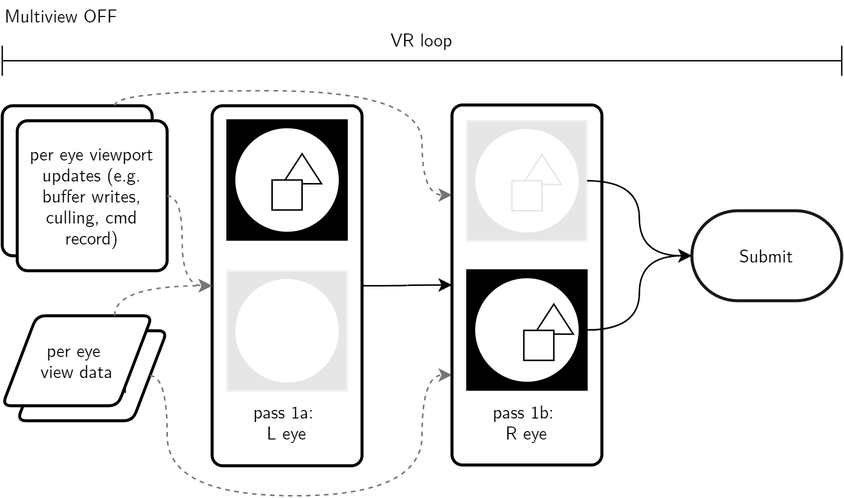
Before: Thesis/pictures/MView_Off.png, a diagram exported from draw.io (HavocInferno/VulCulling_Doc). Source tidied: cells renumbered, new cells last; positions are measured from the earlier drawing's top-left corner, leaving out a move shared by most shapes. The source it was exported from:
```xml
<mxGraphModel>
  <root>
    <mxCell id="0" />
    <mxCell id="1" parent="0" />
    <mxCell id="2" style="group;" parent="1" vertex="1">
      <mxGeometry width="560" height="330" as="geometry" />
    </mxCell>
    <mxCell id="3" value="&lt;font face=&quot;Computer Modern&quot;&gt;per eye viewport updates (e.g. buffer writes, culling, cmd record)&lt;/font&gt;" style="rounded=1;whiteSpace=wrap;html=1;absoluteArcSize=1;arcSize=14;strokeWidth=2;" parent="2" vertex="1">
      <mxGeometry y="70" width="100" height="100" as="geometry" />
    </mxCell>
    <mxCell id="4" value="&lt;span style=&quot;font-family: &amp;#34;computer modern&amp;#34;&quot;&gt;per eye &lt;br&gt;view data&lt;/span&gt;" style="shape=parallelogram;html=1;strokeWidth=2;perimeter=parallelogramPerimeter;whiteSpace=wrap;rounded=1;arcSize=12;size=0.23;align=center;" parent="2" vertex="1">
      <mxGeometry x="10" y="220" width="100" height="60" as="geometry" />
    </mxCell>
    <mxCell id="5" value="&lt;font face=&quot;Computer Modern&quot;&gt;per eye viewport updates (e.g. buffer writes, culling, cmd record)&lt;/font&gt;" style="rounded=1;whiteSpace=wrap;html=1;absoluteArcSize=1;arcSize=14;strokeWidth=2;" parent="2" vertex="1">
      <mxGeometry x="10" y="80" width="100" height="100" as="geometry" />
    </mxCell>
    <mxCell id="6" style="edgeStyle=orthogonalEdgeStyle;curved=1;rounded=0;jettySize=auto;html=1;entryX=0;entryY=0.25;entryDx=0;entryDy=0;strokeColor=#757575;exitX=0.75;exitY=0;exitDx=0;exitDy=0;dashed=1;" parent="2" edge="1" source="3" target="18">
      <mxGeometry relative="1" as="geometry">
        <Array as="points">
          <mxPoint x="75" y="60" />
          <mxPoint x="280" y="60" />
          <mxPoint x="280" y="130" />
        </Array>
      </mxGeometry>
    </mxCell>
    <mxCell id="7" style="edgeStyle=orthogonalEdgeStyle;curved=1;rounded=0;jettySize=auto;html=1;exitX=1;exitY=0.5;exitDx=0;exitDy=0;entryX=0;entryY=0.75;entryDx=0;entryDy=0;strokeColor=#757575;dashed=1;" parent="2" edge="1" source="4" target="18">
      <mxGeometry relative="1" as="geometry">
        <Array as="points">
          <mxPoint x="110" y="250" />
          <mxPoint x="110" y="330" />
          <mxPoint x="280" y="330" />
          <mxPoint x="280" y="250" />
        </Array>
      </mxGeometry>
    </mxCell>
    <mxCell id="8" value="&lt;span style=&quot;font-family: &amp;#34;computer modern&amp;#34;&quot;&gt;per eye &lt;br&gt;view data&lt;/span&gt;" style="shape=parallelogram;html=1;strokeWidth=2;perimeter=parallelogramPerimeter;whiteSpace=wrap;rounded=1;arcSize=12;size=0.23;align=center;" parent="2" vertex="1">
      <mxGeometry y="210" width="100" height="60" as="geometry" />
    </mxCell>
    <mxCell id="9" value="&lt;span&gt;Multiview OFF&lt;/span&gt;" style="text;html=1;strokeColor=none;fillColor=none;align=left;verticalAlign=middle;whiteSpace=wrap;rounded=0;opacity=90;fontFamily=Computer Modern;FType=w;fontStyle=0;" parent="2" vertex="1">
      <mxGeometry width="200" height="20" as="geometry" />
    </mxCell>
    <mxCell id="10" value="&lt;font face=&quot;Computer Modern&quot;&gt;&lt;br&gt;&lt;br&gt;&lt;br&gt;&lt;br&gt;&lt;br&gt;&lt;br&gt;&lt;br&gt;&lt;br&gt;&lt;br&gt;&lt;br&gt;&lt;br&gt;&lt;br&gt;&lt;br&gt;pass 1a:&amp;nbsp;&lt;br&gt;L eye&lt;/font&gt;" style="rounded=1;whiteSpace=wrap;html=1;absoluteArcSize=1;arcSize=14;strokeWidth=2;" parent="2" vertex="1">
      <mxGeometry x="140" y="70" width="100" height="240" as="geometry" />
    </mxCell>
    <mxCell id="11" style="edgeStyle=orthogonalEdgeStyle;curved=1;rounded=0;jettySize=auto;html=1;exitX=1;exitY=0.5;exitDx=0;exitDy=0;strokeColor=#757575;dashed=1;" parent="2" edge="1" source="5" target="10">
      <mxGeometry relative="1" as="geometry">
        <Array as="points">
          <mxPoint x="120" y="130" />
          <mxPoint x="120" y="190" />
        </Array>
      </mxGeometry>
    </mxCell>
    <mxCell id="12" style="edgeStyle=orthogonalEdgeStyle;curved=1;rounded=0;jettySize=auto;html=1;exitX=0.75;exitY=0;exitDx=0;exitDy=0;strokeColor=#757575;dashed=1;" parent="2" edge="1" source="8" target="10">
      <mxGeometry relative="1" as="geometry">
        <Array as="points">
          <mxPoint x="75" y="190" />
        </Array>
      </mxGeometry>
    </mxCell>
    <mxCell id="13" style="group;" parent="2" vertex="1">
      <mxGeometry x="150" y="79.5" width="80" height="80" as="geometry" />
    </mxCell>
    <mxCell id="14" style="whiteSpace=wrap;html=1;fillColor=#000000;" parent="13" vertex="1">
      <mxGeometry width="80" height="80" as="geometry" />
    </mxCell>
    <mxCell id="15" style="ellipse;whiteSpace=wrap;html=1;fillColor=#FFFFFF;" parent="13" vertex="1">
      <mxGeometry x="5" y="5" width="70" height="70" as="geometry" />
    </mxCell>
    <mxCell id="16" style="triangle;whiteSpace=wrap;html=1;fillColor=#FFFFFF;rotation=-90;" parent="13" vertex="1">
      <mxGeometry x="40" y="19.5" width="20" height="26" as="geometry" />
    </mxCell>
    <mxCell id="17" style="whiteSpace=wrap;html=1;fillColor=#FFFFFF;" parent="13" vertex="1">
      <mxGeometry x="30" y="40" width="20" height="20" as="geometry" />
    </mxCell>
    <mxCell id="18" value="&lt;font face=&quot;Computer Modern&quot;&gt;&lt;br&gt;&lt;br&gt;&lt;br&gt;&lt;br&gt;&lt;br&gt;&lt;br&gt;&lt;br&gt;&lt;br&gt;&lt;br&gt;&lt;br&gt;&lt;br&gt;&lt;br&gt;&lt;br&gt;pass 1b:&amp;nbsp;&lt;br&gt;R eye&lt;/font&gt;" style="rounded=1;whiteSpace=wrap;html=1;absoluteArcSize=1;arcSize=14;strokeWidth=2;" parent="2" vertex="1">
      <mxGeometry x="300" y="69.5" width="100" height="240" as="geometry" />
    </mxCell>
    <mxCell id="19" style="group;" parent="2" vertex="1">
      <mxGeometry x="310" y="179.5" width="80" height="80" as="geometry" />
    </mxCell>
    <mxCell id="20" style="whiteSpace=wrap;html=1;fillColor=#000000;" parent="19" vertex="1">
      <mxGeometry width="80" height="80" as="geometry" />
    </mxCell>
    <mxCell id="21" style="ellipse;whiteSpace=wrap;html=1;fillColor=#FFFFFF;" parent="19" vertex="1">
      <mxGeometry x="5" y="5" width="70" height="70" as="geometry" />
    </mxCell>
    <mxCell id="22" style="triangle;whiteSpace=wrap;html=1;fillColor=#FFFFFF;rotation=-90;" parent="19" vertex="1">
      <mxGeometry x="47.9" y="19.8" width="20" height="26" as="geometry" />
    </mxCell>
    <mxCell id="23" style="whiteSpace=wrap;html=1;fillColor=#FFFFFF;" parent="19" vertex="1">
      <mxGeometry x="37.9" y="40.2" width="20" height="20" as="geometry" />
    </mxCell>
    <mxCell id="24" style="edgeStyle=orthogonalEdgeStyle;curved=1;rounded=0;jettySize=auto;html=1;exitX=1;exitY=0.5;exitDx=0;exitDy=0;entryX=0;entryY=0.5;entryDx=0;entryDy=0;" parent="2" edge="1" source="10" target="18">
      <mxGeometry relative="1" as="geometry" />
    </mxCell>
    <mxCell id="25" style="group;" parent="2" vertex="1">
      <mxGeometry x="310" y="80" width="80" height="80" as="geometry" />
    </mxCell>
    <mxCell id="26" style="whiteSpace=wrap;html=1;fillColor=#000000;" parent="25" vertex="1">
      <mxGeometry width="80" height="80" as="geometry" />
    </mxCell>
    <mxCell id="27" style="ellipse;whiteSpace=wrap;html=1;fillColor=#FFFFFF;" parent="25" vertex="1">
      <mxGeometry x="5" y="5" width="70" height="70" as="geometry" />
    </mxCell>
    <mxCell id="28" style="triangle;whiteSpace=wrap;html=1;fillColor=#FFFFFF;rotation=-90;" parent="25" vertex="1">
      <mxGeometry x="40" y="19.5" width="20" height="26" as="geometry" />
    </mxCell>
    <mxCell id="29" style="whiteSpace=wrap;html=1;fillColor=#FFFFFF;" parent="25" vertex="1">
      <mxGeometry x="30" y="40" width="20" height="20" as="geometry" />
    </mxCell>
    <mxCell id="30" style="whiteSpace=wrap;html=1;fillColor=#FFFFFF;opacity=90;strokeColor=#FFFFFF;" parent="25" vertex="1">
      <mxGeometry width="80" height="80" as="geometry" />
    </mxCell>
    <mxCell id="31" value="&lt;font face=&quot;Computer Modern&quot;&gt;Submit&lt;/font&gt;" style="strokeWidth=2;html=1;shape=mxgraph.flowchart.terminator;whiteSpace=wrap;fillColor=#FFFFFF;opacity=90;" parent="2" vertex="1">
      <mxGeometry x="460" y="140" width="100" height="60" as="geometry" />
    </mxCell>
    <mxCell id="32" style="edgeStyle=orthogonalEdgeStyle;curved=1;rounded=0;jettySize=auto;html=1;exitX=1;exitY=0.5;exitDx=0;exitDy=0;entryX=0;entryY=0.5;entryDx=0;entryDy=0;entryPerimeter=0;" parent="2" edge="1" source="20" target="31">
      <mxGeometry relative="1" as="geometry" />
    </mxCell>
    <mxCell id="33" value="&lt;font face=&quot;Computer Modern&quot;&gt;VR loop&lt;br&gt;&lt;br&gt;&lt;br&gt;&lt;/font&gt;" style="shape=crossbar;whiteSpace=wrap;html=1;rounded=1;strokeColor=#000000;fillColor=#000000;opacity=90;" parent="2" vertex="1">
      <mxGeometry y="30" width="560" height="20" as="geometry" />
    </mxCell>
    <mxCell id="34" style="edgeStyle=orthogonalEdgeStyle;curved=1;rounded=0;jettySize=auto;html=1;exitX=1;exitY=0.5;exitDx=0;exitDy=0;entryX=0;entryY=0.5;entryDx=0;entryDy=0;entryPerimeter=0;sourcePerimeterSpacing=7;strokeColor=#000000;strokeWidth=1;" parent="2" edge="1" source="30" target="31">
      <mxGeometry relative="1" as="geometry" />
    </mxCell>
    <mxCell id="35" style="whiteSpace=wrap;html=1;fillColor=#000000;" parent="2" vertex="1">
      <mxGeometry x="150" y="180" width="80" height="80" as="geometry" />
    </mxCell>
    <mxCell id="36" style="ellipse;whiteSpace=wrap;html=1;fillColor=#FFFFFF;" parent="2" vertex="1">
      <mxGeometry x="155" y="185" width="70" height="70" as="geometry" />
    </mxCell>
    <mxCell id="37" style="whiteSpace=wrap;html=1;fillColor=#FFFFFF;opacity=90;strokeColor=#FFFFFF;" parent="2" vertex="1">
      <mxGeometry x="150" y="180" width="80" height="80" as="geometry" />
    </mxCell>
  </root>
</mxGraphModel>
```
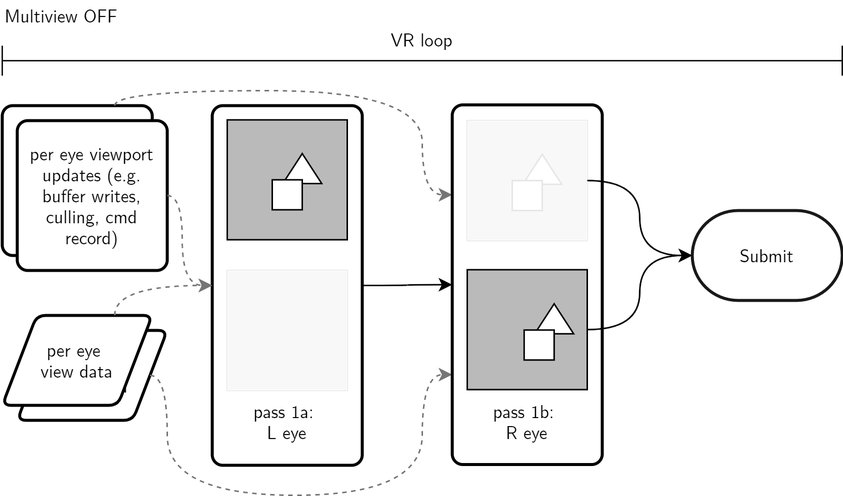
Above is the later version.

Commit message:
update/fix MFFR/MView flowcharts

Change to the diagram source:
```diff
@@ -14,7 +14,7 @@
     <mxCell id="5" value="&lt;font face=&quot;Computer Modern&quot;&gt;per eye viewport updates (e.g. buffer writes, culling, cmd record)&lt;/font&gt;" style="rounded=1;whiteSpace=wrap;html=1;absoluteArcSize=1;arcSize=14;strokeWidth=2;" parent="2" vertex="1">
       <mxGeometry x="10" y="80" width="100" height="100" as="geometry" />
     </mxCell>
-    <mxCell id="6" style="edgeStyle=orthogonalEdgeStyle;curved=1;rounded=0;jettySize=auto;html=1;entryX=0;entryY=0.25;entryDx=0;entryDy=0;strokeColor=#757575;exitX=0.75;exitY=0;exitDx=0;exitDy=0;dashed=1;" parent="2" edge="1" source="3" target="18">
+    <mxCell id="6" style="edgeStyle=orthogonalEdgeStyle;curved=1;rounded=0;jettySize=auto;html=1;entryX=0;entryY=0.25;entryDx=0;entryDy=0;strokeColor=#757575;exitX=0.75;exitY=0;exitDx=0;exitDy=0;dashed=1;" parent="2" edge="1" source="3" target="17">
       <mxGeometry relative="1" as="geometry">
         <Array as="points">
           <mxPoint x="75" y="60" />
@@ -23,7 +23,7 @@
         </Array>
       </mxGeometry>
     </mxCell>
-    <mxCell id="7" style="edgeStyle=orthogonalEdgeStyle;curved=1;rounded=0;jettySize=auto;html=1;exitX=1;exitY=0.5;exitDx=0;exitDy=0;entryX=0;entryY=0.75;entryDx=0;entryDy=0;strokeColor=#757575;dashed=1;" parent="2" edge="1" source="4" target="18">
+    <mxCell id="7" style="edgeStyle=orthogonalEdgeStyle;curved=1;rounded=0;jettySize=auto;html=1;exitX=1;exitY=0.5;exitDx=0;exitDy=0;entryX=0;entryY=0.75;entryDx=0;entryDy=0;strokeColor=#757575;dashed=1;" parent="2" edge="1" source="4" target="17">
       <mxGeometry relative="1" as="geometry">
         <Array as="points">
           <mxPoint x="110" y="250" />
@@ -60,77 +60,70 @@
     <mxCell id="13" style="group;" parent="2" vertex="1">
       <mxGeometry x="150" y="79.5" width="80" height="80" as="geometry" />
     </mxCell>
-    <mxCell id="14" style="whiteSpace=wrap;html=1;fillColor=#000000;" parent="13" vertex="1">
+    <mxCell id="14" style="whiteSpace=wrap;html=1;fillColor=#BABABA;" parent="13" vertex="1">
       <mxGeometry width="80" height="80" as="geometry" />
     </mxCell>
-    <mxCell id="15" style="ellipse;whiteSpace=wrap;html=1;fillColor=#FFFFFF;" parent="13" vertex="1">
-      <mxGeometry x="5" y="5" width="70" height="70" as="geometry" />
+    <mxCell id="15" style="triangle;whiteSpace=wrap;html=1;fillColor=#FFFFFF;rotation=-90;" parent="13" vertex="1">
+      <mxGeometry x="40" y="19.5" width="20" height="26" as="geometry" />
     </mxCell>
-    <mxCell id="16" style="triangle;whiteSpace=wrap;html=1;fillColor=#FFFFFF;rotation=-90;" parent="13" vertex="1">
-      <mxGeometry x="40" y="19.5" width="20" height="26" as="geometry" />
+    <mxCell id="16" style="whiteSpace=wrap;html=1;fillColor=#FFFFFF;" parent="13" vertex="1">
+      <mxGeometry x="30" y="40" width="20" height="20" as="geometry" />
     </mxCell>
-    <mxCell id="17" style="whiteSpace=wrap;html=1;fillColor=#FFFFFF;" parent="13" vertex="1">
-      <mxGeometry x="30" y="40" width="20" height="20" as="geometry" />
+    <mxCell id="17" value="&lt;font face=&quot;Computer Modern&quot;&gt;&lt;br&gt;&lt;br&gt;&lt;br&gt;&lt;br&gt;&lt;br&gt;&lt;br&gt;&lt;br&gt;&lt;br&gt;&lt;br&gt;&lt;br&gt;&lt;br&gt;&lt;br&gt;&lt;br&gt;pass 1b:&amp;nbsp;&lt;br&gt;R eye&lt;/font&gt;" style="rounded=1;whiteSpace=wrap;html=1;absoluteArcSize=1;arcSize=14;strokeWidth=2;" parent="2" vertex="1">
+      <mxGeometry x="300" y="69.5" width="100" height="240" as="geometry" />
     </mxCell>
-    <mxCell id="18" value="&lt;font face=&quot;Computer Modern&quot;&gt;&lt;br&gt;&lt;br&gt;&lt;br&gt;&lt;br&gt;&lt;br&gt;&lt;br&gt;&lt;br&gt;&lt;br&gt;&lt;br&gt;&lt;br&gt;&lt;br&gt;&lt;br&gt;&lt;br&gt;pass 1b:&amp;nbsp;&lt;br&gt;R eye&lt;/font&gt;" style="rounded=1;whiteSpace=wrap;html=1;absoluteArcSize=1;arcSize=14;strokeWidth=2;" parent="2" vertex="1">
-      <mxGeometry x="300" y="69.5" width="100" height="240" as="geometry" />
+    <mxCell id="18" style="group;fillColor=#BABABA;" parent="2" vertex="1">
+      <mxGeometry x="310" y="179.5" width="80" height="80" as="geometry" />
     </mxCell>
-    <mxCell id="19" style="group;" parent="2" vertex="1">
-      <mxGeometry x="310" y="179.5" width="80" height="80" as="geometry" />
+    <mxCell id="19" style="whiteSpace=wrap;html=1;fillColor=#BABABA;" parent="18" vertex="1">
+      <mxGeometry width="80" height="80" as="geometry" />
     </mxCell>
-    <mxCell id="20" style="whiteSpace=wrap;html=1;fillColor=#000000;" parent="19" vertex="1">
-      <mxGeometry width="80" height="80" as="geometry" />
+    <mxCell id="20" style="triangle;whiteSpace=wrap;html=1;fillColor=#FFFFFF;rotation=-90;" parent="18" vertex="1">
+      <mxGeometry x="47.9" y="19.8" width="20" height="26" as="geometry" />
     </mxCell>
-    <mxCell id="21" style="ellipse;whiteSpace=wrap;html=1;fillColor=#FFFFFF;" parent="19" vertex="1">
-      <mxGeometry x="5" y="5" width="70" height="70" as="geometry" />
+    <mxCell id="21" style="whiteSpace=wrap;html=1;fillColor=#FFFFFF;" parent="18" vertex="1">
+      <mxGeometry x="37.9" y="40.2" width="20" height="20" as="geometry" />
     </mxCell>
-    <mxCell id="22" style="triangle;whiteSpace=wrap;html=1;fillColor=#FFFFFF;rotation=-90;" parent="19" vertex="1">
-      <mxGeometry x="47.9" y="19.8" width="20" height="26" as="geometry" />
+    <mxCell id="22" style="edgeStyle=orthogonalEdgeStyle;curved=1;rounded=0;jettySize=auto;html=1;exitX=1;exitY=0.5;exitDx=0;exitDy=0;entryX=0;entryY=0.5;entryDx=0;entryDy=0;" parent="2" edge="1" source="10" target="17">
+      <mxGeometry relative="1" as="geometry" />
     </mxCell>
-    <mxCell id="23" style="whiteSpace=wrap;html=1;fillColor=#FFFFFF;" parent="19" vertex="1">
-      <mxGeometry x="37.9" y="40.2" width="20" height="20" as="geometry" />
+    <mxCell id="23" style="group;" parent="2" vertex="1">
+      <mxGeometry x="310" y="80" width="80" height="80" as="geometry" />
     </mxCell>
-    <mxCell id="24" style="edgeStyle=orthogonalEdgeStyle;curved=1;rounded=0;jettySize=auto;html=1;exitX=1;exitY=0.5;exitDx=0;exitDy=0;entryX=0;entryY=0.5;entryDx=0;entryDy=0;" parent="2" edge="1" source="10" target="18">
-      <mxGeometry relative="1" as="geometry" />
+    <mxCell id="24" style="whiteSpace=wrap;html=1;fillColor=#BABABA;" parent="23" vertex="1">
+      <mxGeometry width="80" height="80" as="geometry" />
     </mxCell>
-    <mxCell id="25" style="group;" parent="2" vertex="1">
-      <mxGeometry x="310" y="80" width="80" height="80" as="geometry" />
+    <mxCell id="25" style="triangle;whiteSpace=wrap;html=1;fillColor=#FFFFFF;rotation=-90;" parent="23" vertex="1">
+      <mxGeometry x="40" y="19.5" width="20" height="26" as="geometry" />
     </mxCell>
-    <mxCell id="26" style="whiteSpace=wrap;html=1;fillColor=#000000;" parent="25" vertex="1">
-      <mxGeometry width="80" height="80" as="geometry" />
+    <mxCell id="26" style="whiteSpace=wrap;html=1;fillColor=#FFFFFF;" parent="23" vertex="1">
+      <mxGeometry x="30" y="40" width="20" height="20" as="geometry" />
     </mxCell>
-    <mxCell id="27" style="ellipse;whiteSpace=wrap;html=1;fillColor=#FFFFFF;" parent="25" vertex="1">
-      <mxGeometry x="5" y="5" width="70" height="70" as="geometry" />
+    <mxCell id="27" style="whiteSpace=wrap;html=1;fillColor=#FFFFFF;opacity=90;strokeColor=#FFFFFF;" parent="23" vertex="1">
+      <mxGeometry width="80" height="80" as="geometry" />
     </mxCell>
-    <mxCell id="28" style="triangle;whiteSpace=wrap;html=1;fillColor=#FFFFFF;rotation=-90;" parent="25" vertex="1">
-      <mxGeometry x="40" y="19.5" width="20" height="26" as="geometry" />
+    <mxCell id="28" value="&lt;font face=&quot;Computer Modern&quot;&gt;Submit&lt;/font&gt;" style="strokeWidth=2;html=1;shape=mxgraph.flowchart.terminator;whiteSpace=wrap;fillColor=#FFFFFF;opacity=90;" parent="2" vertex="1">
+      <mxGeometry x="460" y="140" width="100" height="60" as="geometry" />
     </mxCell>
-    <mxCell id="29" style="whiteSpace=wrap;html=1;fillColor=#FFFFFF;" parent="25" vertex="1">
-      <mxGeometry x="30" y="40" width="20" height="20" as="geometry" />
+    <mxCell id="29" style="edgeStyle=orthogonalEdgeStyle;curved=1;rounded=0;jettySize=auto;html=1;exitX=1;exitY=0.5;exitDx=0;exitDy=0;entryX=0;entryY=0.5;entryDx=0;entryDy=0;entryPerimeter=0;" parent="2" edge="1" source="19" target="28">
+      <mxGeometry relative="1" as="geometry" />
     </mxCell>
-    <mxCell id="30" style="whiteSpace=wrap;html=1;fillColor=#FFFFFF;opacity=90;strokeColor=#FFFFFF;" parent="25" vertex="1">
-      <mxGeometry width="80" height="80" as="geometry" />
+    <mxCell id="30" value="&lt;font face=&quot;Computer Modern&quot;&gt;VR loop&lt;br&gt;&lt;br&gt;&lt;br&gt;&lt;/font&gt;" style="shape=crossbar;whiteSpace=wrap;html=1;rounded=1;strokeColor=#000000;fillColor=#000000;opacity=90;" parent="2" vertex="1">
+      <mxGeometry y="30" width="560" height="20" as="geometry" />
     </mxCell>
-    <mxCell id="31" value="&lt;font face=&quot;Computer Modern&quot;&gt;Submit&lt;/font&gt;" style="strokeWidth=2;html=1;shape=mxgraph.flowchart.terminator;whiteSpace=wrap;fillColor=#FFFFFF;opacity=90;" parent="2" vertex="1">
-      <mxGeometry x="460" y="140" width="100" height="60" as="geometry" />
+    <mxCell id="31" style="edgeStyle=orthogonalEdgeStyle;curved=1;rounded=0;jettySize=auto;html=1;exitX=1;exitY=0.5;exitDx=0;exitDy=0;entryX=0;entryY=0.5;entryDx=0;entryDy=0;entryPerimeter=0;sourcePerimeterSpacing=7;strokeColor=#000000;strokeWidth=1;" parent="2" edge="1" target="28">
+      <mxGeometry relative="1" as="geometry">
+        <mxPoint x="390" y="120" as="sourcePoint" />
+      </mxGeometry>
     </mxCell>
-    <mxCell id="32" style="edgeStyle=orthogonalEdgeStyle;curved=1;rounded=0;jettySize=auto;html=1;exitX=1;exitY=0.5;exitDx=0;exitDy=0;entryX=0;entryY=0.5;entryDx=0;entryDy=0;entryPerimeter=0;" parent="2" edge="1" source="20" target="31">
-      <mxGeometry relative="1" as="geometry" />
+    <mxCell id="32" style="group;" parent="2" vertex="1">
+      <mxGeometry x="150" y="180" width="80" height="80" as="geometry" />
     </mxCell>
-    <mxCell id="33" value="&lt;font face=&quot;Computer Modern&quot;&gt;VR loop&lt;br&gt;&lt;br&gt;&lt;br&gt;&lt;/font&gt;" style="shape=crossbar;whiteSpace=wrap;html=1;rounded=1;strokeColor=#000000;fillColor=#000000;opacity=90;" parent="2" vertex="1">
-      <mxGeometry y="30" width="560" height="20" as="geometry" />
+    <mxCell id="33" style="whiteSpace=wrap;html=1;fillColor=#BABABA;" parent="32" vertex="1">
+      <mxGeometry width="80" height="80" as="geometry" />
     </mxCell>
-    <mxCell id="34" style="edgeStyle=orthogonalEdgeStyle;curved=1;rounded=0;jettySize=auto;html=1;exitX=1;exitY=0.5;exitDx=0;exitDy=0;entryX=0;entryY=0.5;entryDx=0;entryDy=0;entryPerimeter=0;sourcePerimeterSpacing=7;strokeColor=#000000;strokeWidth=1;" parent="2" edge="1" source="30" target="31">
-      <mxGeometry relative="1" as="geometry" />
+    <mxCell id="34" style="whiteSpace=wrap;html=1;fillColor=#FFFFFF;opacity=90;strokeColor=#FFFFFF;" parent="32" vertex="1">
+      <mxGeometry width="80" height="80" as="geometry" />
     </mxCell>
-    <mxCell id="35" style="whiteSpace=wrap;html=1;fillColor=#000000;" parent="2" vertex="1">
-      <mxGeometry x="150" y="180" width="80" height="80" as="geometry" />
-    </mxCell>
-    <mxCell id="36" style="ellipse;whiteSpace=wrap;html=1;fillColor=#FFFFFF;" parent="2" vertex="1">
-      <mxGeometry x="155" y="185" width="70" height="70" as="geometry" />
-    </mxCell>
-    <mxCell id="37" style="whiteSpace=wrap;html=1;fillColor=#FFFFFF;opacity=90;strokeColor=#FFFFFF;" parent="2" vertex="1">
-      <mxGeometry x="150" y="180" width="80" height="80" as="geometry" />
-    </mxCell>
   </root>
 </mxGraphModel>
```
